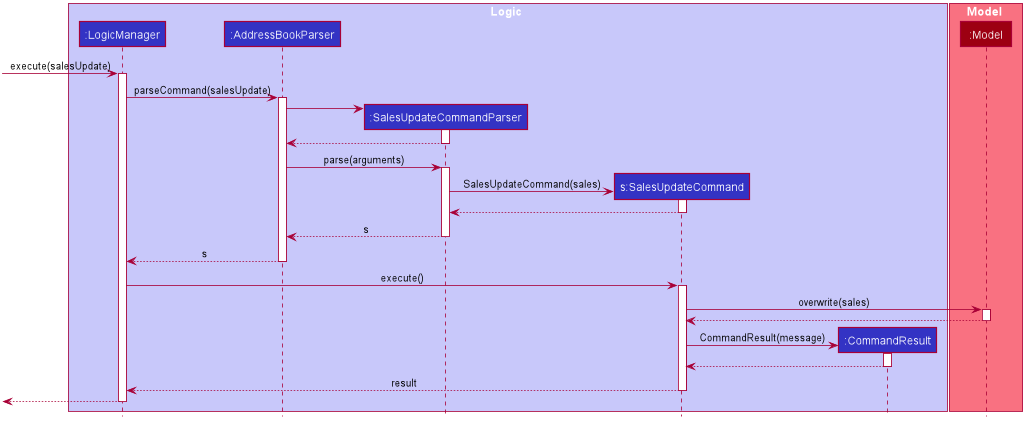
Earlier version of the PlantUML export docs/images/SalesUpdateSequenceDiagram.png (nus-cs2103-AY2021S1/tp).
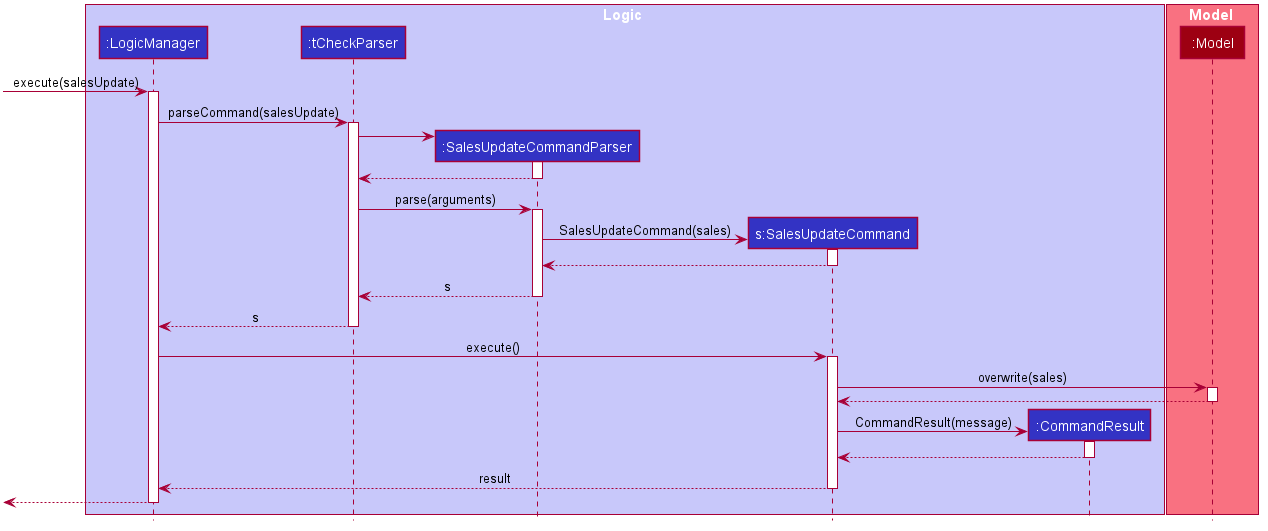
The same file after the commit.

Commit message:
Update the diagrams to remove addressbookParser

Diff of the diagram source:
```diff
@@ -50,7 +50,7 @@
 
 box Logic #C8C8FA
 participant ":LogicManager" as LogicManager #3333C4
-participant ":AddressBookParser" as AddressBookParser #3333C4
+participant ":tCheckParser" as tCheckParser #3333C4
 participant ":SalesUpdateCommandParser" as SalesUpdateCommandParser #3333C4
 participant "s:SalesUpdateCommand" as SalesUpdateCommand #3333C4
 participant ":CommandResult" as CommandResult #3333C4
@@ -64,17 +64,17 @@
 [-> LogicManager : execute(salesUpdate)
 activate LogicManager
 
-LogicManager -> AddressBookParser : parseCommand(salesUpdate)
-activate AddressBookParser
+LogicManager -> tCheckParser : parseCommand(salesUpdate)
+activate tCheckParser
 
 create SalesUpdateCommandParser
-AddressBookParser -> SalesUpdateCommandParser
+tCheckParser -> SalesUpdateCommandParser
 activate SalesUpdateCommandParser
 
-SalesUpdateCommandParser --> AddressBookParser
+SalesUpdateCommandParser --> tCheckParser
 deactivate SalesUpdateCommandParser
 
-AddressBookParser -> SalesUpdateCommandParser : parse(arguments)
+tCheckParser -> SalesUpdateCommandParser : parse(arguments)
 activate SalesUpdateCommandParser
 
 create SalesUpdateCommand
@@ -84,11 +84,11 @@
 SalesUpdateCommand --> SalesUpdateCommandParser
 deactivate SalesUpdateCommand
 
-SalesUpdateCommandParser --> AddressBookParser : s
+SalesUpdateCommandParser --> tCheckParser : s
 deactivate SalesUpdateCommandParser
 
-AddressBookParser --> LogicManager : s
-deactivate AddressBookParser
+tCheckParser --> LogicManager : s
+deactivate tCheckParser
 
 LogicManager -> SalesUpdateCommand : execute()
 activate SalesUpdateCommand
```
